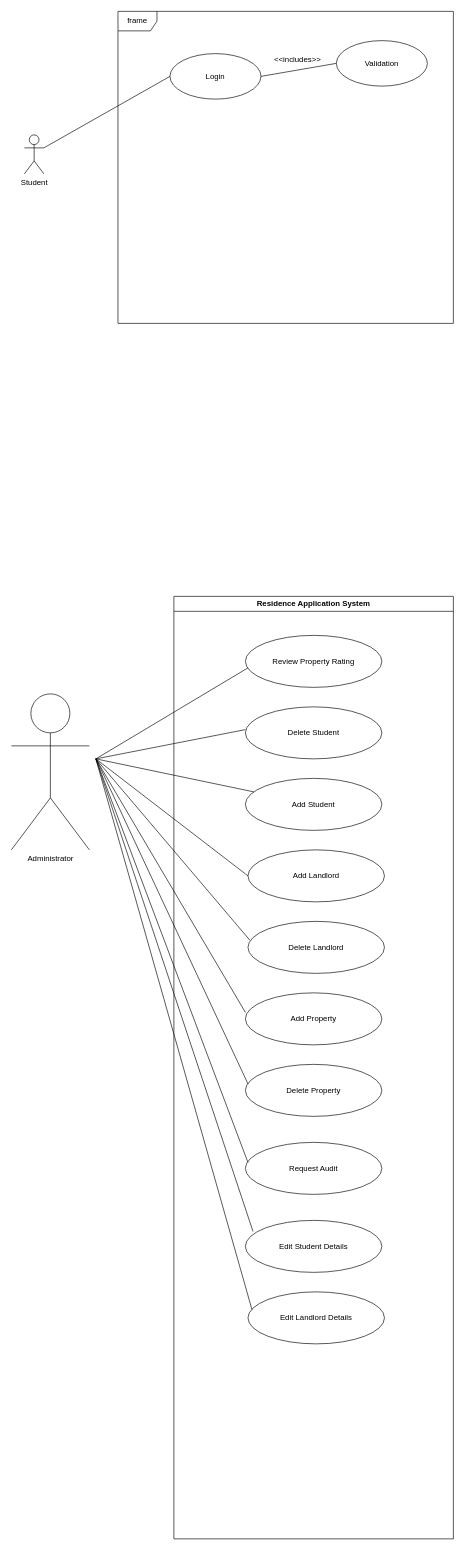
Before: AdminUseCase.drawio in SETHU60/cput_accomodation_application, a draw.io diagram. Source tidied: cells renumbered, new cells numbered last; positions are measured from the earlier drawing's top-left corner, leaving out a move shared by most shapes. Both pictures are drawn from the tidied source at 65%, with x=0, y=0 at pixel (11, 11).
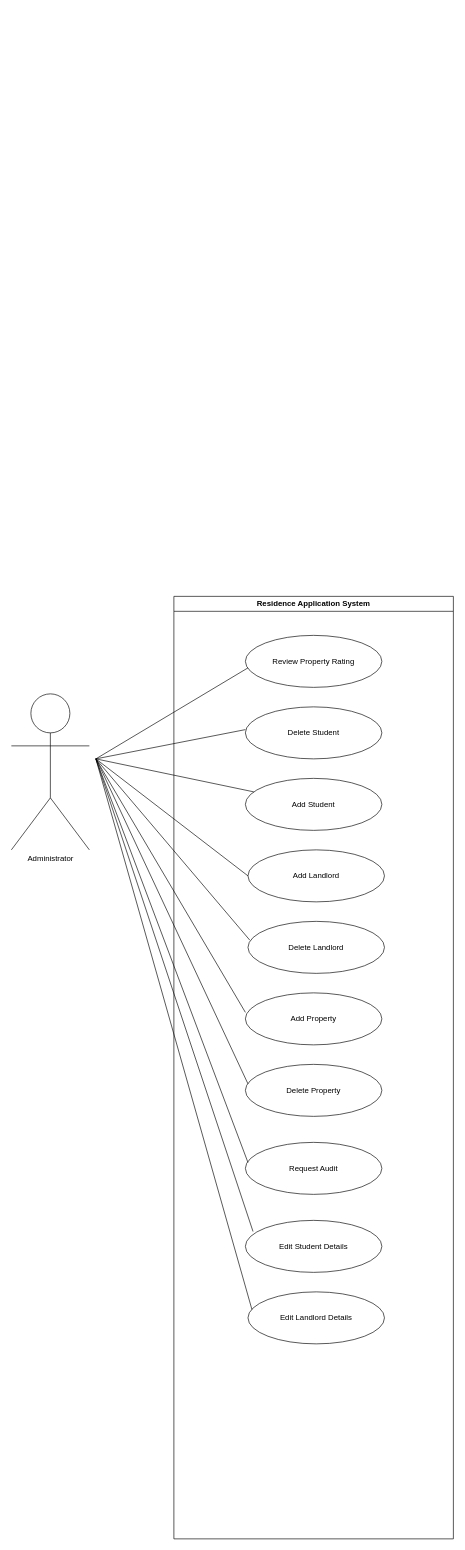
After the change.

The edit, as a diff of the source:
```diff
@@
-    <mxCell id="2" value="Student" style="shape=umlActor;verticalLabelPosition=bottom;verticalAlign=top;html=1;" parent="1" vertex="1">
-      <mxGeometry x="20" y="190" width="30" height="60" as="geometry" />
-    </mxCell>
-    <mxCell id="3" value="frame" style="shape=umlFrame;whiteSpace=wrap;html=1;" parent="1" vertex="1">
-      <mxGeometry x="164" width="516" height="480" as="geometry" />
-    </mxCell>
-    <mxCell id="4" style="rounded=0;jettySize=auto;html=1;exitX=1;exitY=0.5;exitDx=0;exitDy=0;entryX=0;entryY=0.5;entryDx=0;entryDy=0;endArrow=none;endFill=0;" parent="1" edge="1" source="5" target="7">
-      <mxGeometry relative="1" as="geometry" />
-    </mxCell>
-    <mxCell id="5" value="Login" style="ellipse;whiteSpace=wrap;html=1;" parent="1" vertex="1">
-      <mxGeometry x="244" y="65" width="140" height="70" as="geometry" />
-    </mxCell>
-    <mxCell id="6" style="rounded=0;jettySize=auto;html=1;exitX=1;exitY=0.3333333333333333;exitDx=0;exitDy=0;exitPerimeter=0;entryX=0;entryY=0.5;entryDx=0;entryDy=0;endArrow=none;endFill=0;" parent="1" edge="1" source="2" target="5">
-      <mxGeometry relative="1" as="geometry" />
-    </mxCell>
-    <mxCell id="7" value="Validation" style="ellipse;whiteSpace=wrap;html=1;" parent="1" vertex="1">
-      <mxGeometry x="500" y="45" width="140" height="70" as="geometry" />
-    </mxCell>
-    <mxCell id="8" value="&amp;lt;&amp;lt;includes&amp;gt;&amp;gt;" style="text;html=1;align=center;verticalAlign=middle;strokeColor=none;fillColor=none;rotation=0;" parent="1" vertex="1">
-      <mxGeometry x="390" y="60" width="100" height="30" as="geometry" />
-    </mxCell>
```
